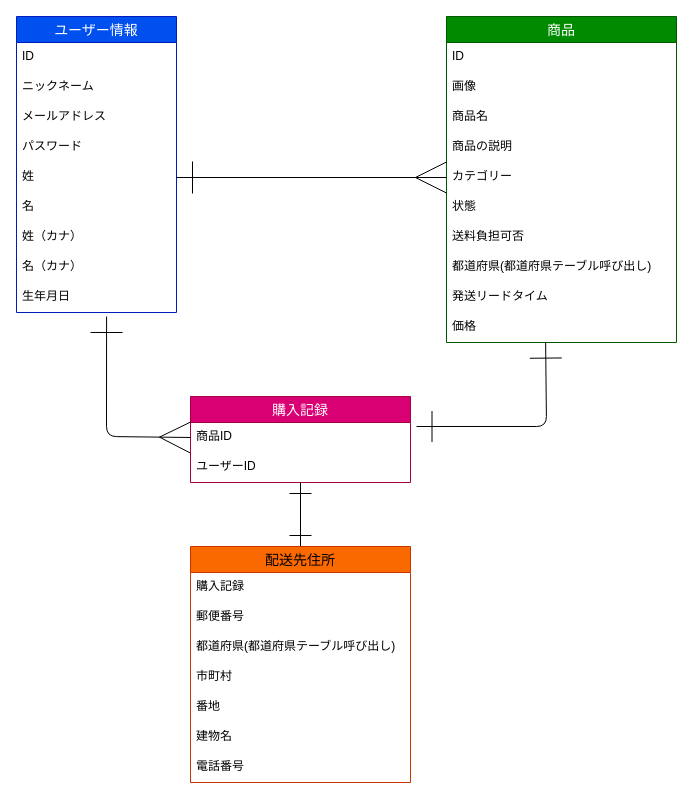
This is erzu.dio from azu-M888/furima-40444, a draw.io file, before an edit. Source tidied: cells renumbered, new cells numbered last; positions are measured from the earlier drawing's top-left corner, leaving out a move shared by most shapes. Both pictures are drawn from the tidied source at 100%, with x=0, y=0 at pixel (16, 16).
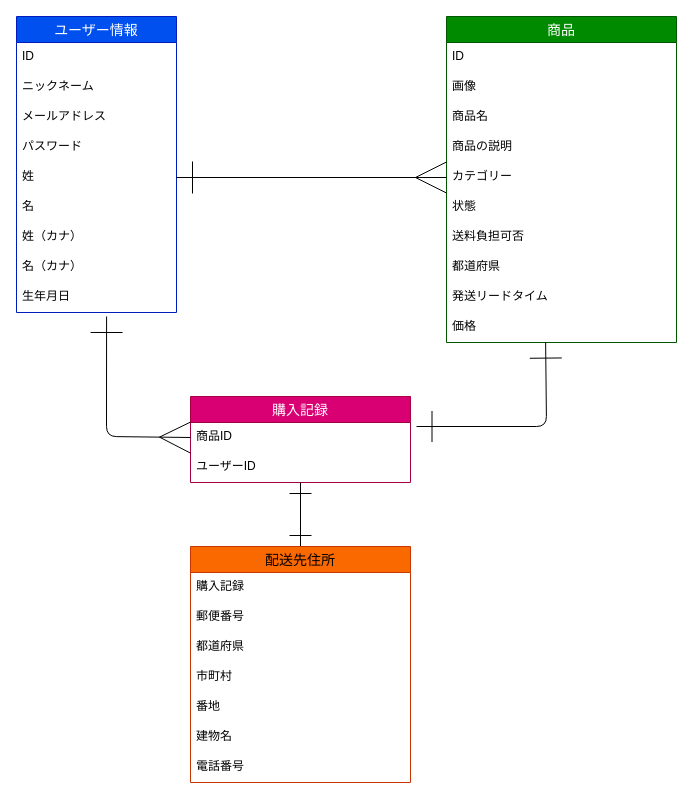
After the change.

Unchanged cells that the change refers to:
```xml
<mxCell id="12" value="商品" style="swimlane;fontStyle=0;horizontal=1;startSize=26;align=center;fontSize=14;fillColor=#008a00;fontColor=#ffffff;strokeColor=#005700;" parent="1" vertex="1">
  <mxGeometry x="430" width="230" height="326" as="geometry" />
</mxCell>
<mxCell id="30" value="配送先住所" style="swimlane;fontStyle=0;horizontal=1;startSize=26;align=center;fontSize=14;fillColor=#fa6800;fontColor=#000000;strokeColor=#C73500;" parent="1" vertex="1">
  <mxGeometry x="174" y="530" width="220" height="236" as="geometry" />
</mxCell>
```

The edit, as a diff of the source:
```diff
@@
-    <mxCell id="20" value="都道府県(都道府県テーブル呼び出し)" style="text;spacingLeft=4;spacingRight=4;overflow=hidden;fontSize=12;" parent="12" vertex="1">
+    <mxCell id="20" value="都道府県" style="text;spacingLeft=4;spacingRight=4;overflow=hidden;fontSize=12;" parent="12" vertex="1">
       <mxGeometry y="236" width="230" height="30" as="geometry" />
     </mxCell>
@@
-    <mxCell id="33" value="都道府県(都道府県テーブル呼び出し)" style="text;spacingLeft=4;spacingRight=4;overflow=hidden;fontSize=12;" parent="30" vertex="1">
+    <mxCell id="33" value="都道府県" style="text;spacingLeft=4;spacingRight=4;overflow=hidden;fontSize=12;" parent="30" vertex="1">
       <mxGeometry y="86" width="220" height="30" as="geometry" />
     </mxCell>
```
